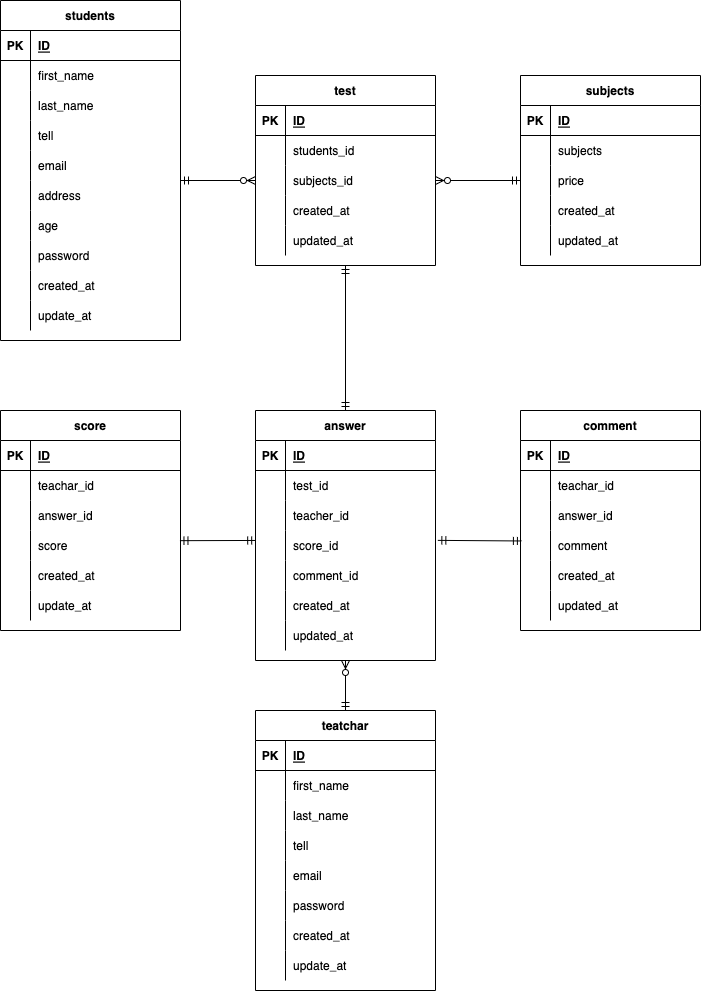
Above: index.drawio.png in kubo-haruka/database_8_test (draw.io), before the change. Source tidied: cells renumbered, new cells last; positions are measured from the earlier drawing's top-left corner, leaving out a move shared by most shapes.
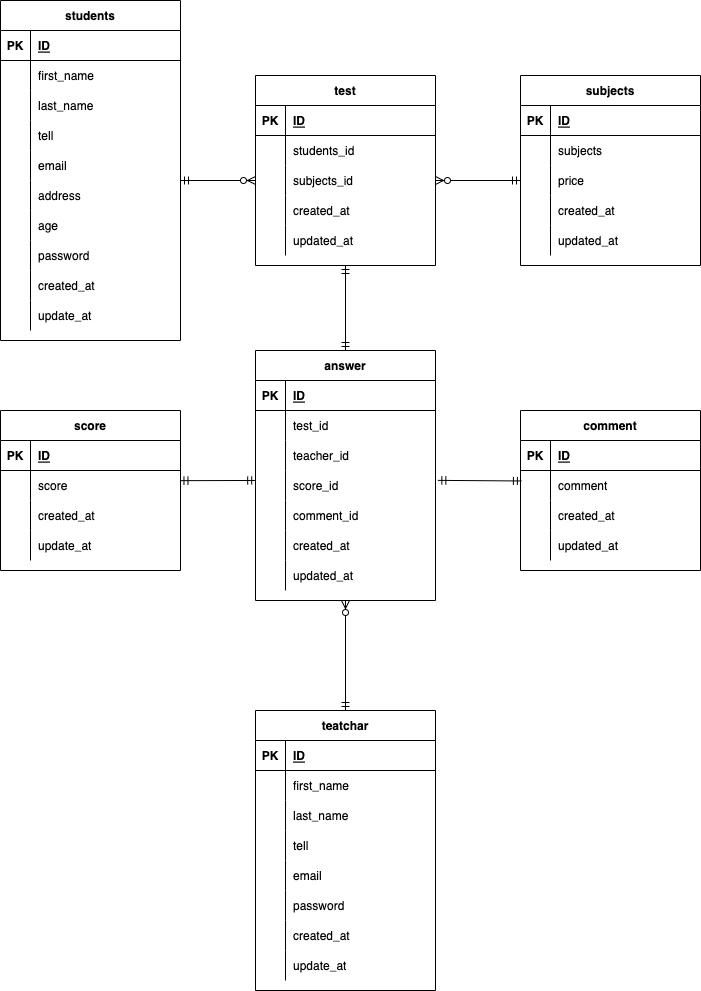
The same file after the commit.

Change to the diagram source:
```diff
@@ -219,7 +219,7 @@
       <mxGeometry x="30" width="150" height="30" as="geometry" />
     </mxCell>
     <mxCell id="74" value="comment" style="shape=table;startSize=30;rowLines=0;fontStyle=1;align=center;" parent="1" vertex="1">
-      <mxGeometry x="520" y="410" width="180" height="220" as="geometry" />
+      <mxGeometry x="520" y="410" width="180" height="160" as="geometry" />
     </mxCell>
     <mxCell id="75" style="shape=partialRectangle;fillColor=none;top=0;left=0;bottom=1;right=0;" parent="74" vertex="1">
       <mxGeometry y="30" width="180" height="30" as="geometry" />
@@ -230,26 +230,8 @@
     <mxCell id="77" value="ID" style="shape=partialRectangle;fillColor=none;top=0;left=0;bottom=0;right=0;align=left;spacingLeft=6;fontStyle=5;overflow=hidden;" parent="75" vertex="1">
       <mxGeometry x="30" width="150" height="30" as="geometry" />
     </mxCell>
-    <mxCell id="78" style="shape=partialRectangle;fillColor=none;top=0;left=0;bottom=0;right=0;" parent="74" vertex="1">
-      <mxGeometry y="60" width="180" height="30" as="geometry" />
-    </mxCell>
-    <mxCell id="79" style="shape=partialRectangle;fillColor=none;top=0;left=0;bottom=0;right=0;overflow=hidden;" parent="78" vertex="1">
-      <mxGeometry width="30" height="30" as="geometry" />
-    </mxCell>
-    <mxCell id="80" value="teachar_id" style="shape=partialRectangle;fillColor=none;top=0;left=0;bottom=0;right=0;align=left;spacingLeft=6;overflow=hidden;" parent="78" vertex="1">
-      <mxGeometry x="30" width="150" height="30" as="geometry" />
-    </mxCell>
-    <mxCell id="81" style="shape=partialRectangle;fillColor=none;top=0;left=0;bottom=0;right=0;" parent="74" vertex="1">
-      <mxGeometry y="90" width="180" height="30" as="geometry" />
-    </mxCell>
-    <mxCell id="82" style="shape=partialRectangle;fillColor=none;top=0;left=0;bottom=0;right=0;overflow=hidden;" parent="81" vertex="1">
-      <mxGeometry width="30" height="30" as="geometry" />
-    </mxCell>
-    <mxCell id="83" value="answer_id" style="shape=partialRectangle;fillColor=none;top=0;left=0;bottom=0;right=0;align=left;spacingLeft=6;overflow=hidden;" parent="81" vertex="1">
-      <mxGeometry x="30" width="150" height="30" as="geometry" />
-    </mxCell>
     <mxCell id="84" style="shape=partialRectangle;fillColor=none;top=0;left=0;bottom=0;right=0;points=[[0,0.5],[1,0.5]];portConstraint=eastwest;" parent="74" vertex="1">
-      <mxGeometry y="120" width="180" height="30" as="geometry" />
+      <mxGeometry y="60" width="180" height="30" as="geometry" />
     </mxCell>
     <mxCell id="85" style="shape=partialRectangle;fillColor=none;top=0;left=0;bottom=0;right=0;overflow=hidden;" parent="84" vertex="1">
       <mxGeometry width="30" height="30" as="geometry" />
@@ -258,7 +240,7 @@
       <mxGeometry x="30" width="150" height="30" as="geometry" />
     </mxCell>
     <mxCell id="87" style="shape=partialRectangle;fillColor=none;top=0;left=0;bottom=0;right=0;" parent="74" vertex="1">
-      <mxGeometry y="150" width="180" height="30" as="geometry" />
+      <mxGeometry y="90" width="180" height="30" as="geometry" />
     </mxCell>
     <mxCell id="88" style="shape=partialRectangle;fillColor=none;top=0;left=0;bottom=0;right=0;overflow=hidden;" parent="87" vertex="1">
       <mxGeometry width="30" height="30" as="geometry" />
@@ -267,7 +249,7 @@
       <mxGeometry x="30" width="150" height="30" as="geometry" />
     </mxCell>
     <mxCell id="90" style="shape=partialRectangle;fillColor=none;top=0;left=0;bottom=0;right=0;" parent="74" vertex="1">
-      <mxGeometry y="180" width="180" height="30" as="geometry" />
+      <mxGeometry y="120" width="180" height="30" as="geometry" />
     </mxCell>
     <mxCell id="91" style="shape=partialRectangle;fillColor=none;top=0;left=0;bottom=0;right=0;overflow=hidden;" parent="90" vertex="1">
       <mxGeometry width="30" height="30" as="geometry" />
@@ -276,7 +258,7 @@
       <mxGeometry x="30" width="150" height="30" as="geometry" />
     </mxCell>
     <mxCell id="93" value="score" style="shape=table;startSize=30;rowLines=0;fontStyle=1;align=center;" parent="1" vertex="1">
-      <mxGeometry y="410" width="180" height="220" as="geometry" />
+      <mxGeometry y="410" width="180" height="160" as="geometry" />
     </mxCell>
     <mxCell id="94" style="shape=partialRectangle;fillColor=none;top=0;left=0;bottom=1;right=0;" parent="93" vertex="1">
       <mxGeometry y="30" width="180" height="30" as="geometry" />
@@ -287,26 +269,8 @@
     <mxCell id="96" value="ID" style="shape=partialRectangle;fillColor=none;top=0;left=0;bottom=0;right=0;align=left;spacingLeft=6;fontStyle=5;overflow=hidden;" parent="94" vertex="1">
       <mxGeometry x="30" width="150" height="30" as="geometry" />
     </mxCell>
-    <mxCell id="97" style="shape=partialRectangle;fillColor=none;top=0;left=0;bottom=0;right=0;" parent="93" vertex="1">
-      <mxGeometry y="60" width="180" height="30" as="geometry" />
-    </mxCell>
-    <mxCell id="98" style="shape=partialRectangle;fillColor=none;top=0;left=0;bottom=0;right=0;overflow=hidden;" parent="97" vertex="1">
-      <mxGeometry width="30" height="30" as="geometry" />
-    </mxCell>
-    <mxCell id="99" value="teachar_id" style="shape=partialRectangle;fillColor=none;top=0;left=0;bottom=0;right=0;align=left;spacingLeft=6;overflow=hidden;" parent="97" vertex="1">
-      <mxGeometry x="30" width="150" height="30" as="geometry" />
-    </mxCell>
-    <mxCell id="100" style="shape=partialRectangle;fillColor=none;top=0;left=0;bottom=0;right=0;" parent="93" vertex="1">
-      <mxGeometry y="90" width="180" height="30" as="geometry" />
-    </mxCell>
-    <mxCell id="101" style="shape=partialRectangle;fillColor=none;top=0;left=0;bottom=0;right=0;overflow=hidden;" parent="100" vertex="1">
-      <mxGeometry width="30" height="30" as="geometry" />
-    </mxCell>
-    <mxCell id="102" value="answer_id" style="shape=partialRectangle;fillColor=none;top=0;left=0;bottom=0;right=0;align=left;spacingLeft=6;overflow=hidden;" parent="100" vertex="1">
-      <mxGeometry x="30" width="150" height="30" as="geometry" />
-    </mxCell>
     <mxCell id="103" style="shape=partialRectangle;fillColor=none;top=0;left=0;bottom=0;right=0;points=[[0,0.5],[1,0.5]];portConstraint=eastwest;" parent="93" vertex="1">
-      <mxGeometry y="120" width="180" height="30" as="geometry" />
+      <mxGeometry y="60" width="180" height="30" as="geometry" />
     </mxCell>
     <mxCell id="104" style="shape=partialRectangle;fillColor=none;top=0;left=0;bottom=0;right=0;overflow=hidden;" parent="103" vertex="1">
       <mxGeometry width="30" height="30" as="geometry" />
@@ -315,7 +279,7 @@
       <mxGeometry x="30" width="150" height="30" as="geometry" />
     </mxCell>
     <mxCell id="106" style="shape=partialRectangle;fillColor=none;top=0;left=0;bottom=0;right=0;" parent="93" vertex="1">
-      <mxGeometry y="150" width="180" height="30" as="geometry" />
+      <mxGeometry y="90" width="180" height="30" as="geometry" />
     </mxCell>
     <mxCell id="107" style="shape=partialRectangle;fillColor=none;top=0;left=0;bottom=0;right=0;overflow=hidden;" parent="106" vertex="1">
       <mxGeometry width="30" height="30" as="geometry" />
@@ -324,7 +288,7 @@
       <mxGeometry x="30" width="150" height="30" as="geometry" />
     </mxCell>
     <mxCell id="109" style="shape=partialRectangle;fillColor=none;top=0;left=0;bottom=0;right=0;" parent="93" vertex="1">
-      <mxGeometry y="180" width="180" height="30" as="geometry" />
+      <mxGeometry y="120" width="180" height="30" as="geometry" />
     </mxCell>
     <mxCell id="110" style="shape=partialRectangle;fillColor=none;top=0;left=0;bottom=0;right=0;overflow=hidden;" parent="109" vertex="1">
       <mxGeometry width="30" height="30" as="geometry" />
@@ -381,7 +345,7 @@
       <mxGeometry x="30" width="150" height="30" as="geometry" />
     </mxCell>
     <mxCell id="128" value="answer" style="shape=table;startSize=30;rowLines=0;fontStyle=1;align=center;" parent="1" vertex="1">
-      <mxGeometry x="255" y="410" width="180" height="250" as="geometry" />
+      <mxGeometry x="255" y="350" width="180" height="250" as="geometry" />
     </mxCell>
     <mxCell id="129" style="shape=partialRectangle;fillColor=none;top=0;left=0;bottom=1;right=0;" parent="128" vertex="1">
       <mxGeometry y="30" width="180" height="30" as="geometry" />
```
